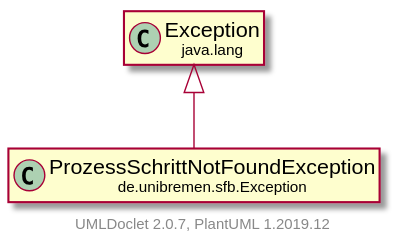
Before: doc/UML/modulsichtSVG/ProzessSchrittNotFoundException.svg, a diagram exported from PlantUML (fkehlenb/softwareprojekt-2). Source of this version:
```plantuml
@startuml
    set namespaceSeparator none
    hide empty fields
    hide empty methods

    class "<size:14>ProzessSchrittNotFoundException\n<size:10>de.unibremen.sfb.Exception" as de.unibremen.sfb.Exception.ProzessSchrittNotFoundException [[ProzessSchrittNotFoundException.html]]

    class "<size:14>Exception\n<size:10>java.lang" as java.lang.Exception [[https://docs.oracle.com/en/java/javase/11/docs/api/java.base/java/lang/Exception.html?is-external=true]]

    java.lang.Exception <|-- de.unibremen.sfb.Exception.ProzessSchrittNotFoundException

    center footer UMLDoclet 2.0.7, PlantUML 1.2019.12
@enduml
```
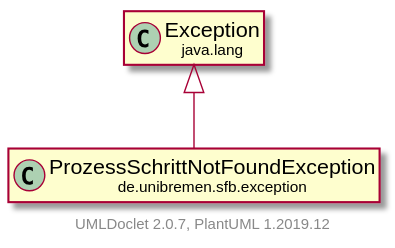
After the change.

The edit, as a diff of the source:
```diff
@@ -3,11 +3,11 @@
     hide empty fields
     hide empty methods
 
-    class "<size:14>ProzessSchrittNotFoundException\n<size:10>de.unibremen.sfb.Exception" as de.unibremen.sfb.Exception.ProzessSchrittNotFoundException [[ProzessSchrittNotFoundException.html]]
+    class "<size:14>ProzessSchrittNotFoundException\n<size:10>de.unibremen.sfb.exception" as de.unibremen.sfb.exception.ProzessSchrittNotFoundException [[ProzessSchrittNotFoundException.html]]
 
-    class "<size:14>Exception\n<size:10>java.lang" as java.lang.Exception [[https://docs.oracle.com/en/java/javase/11/docs/api/java.base/java/lang/Exception.html?is-external=true]]
+    class "<size:14>exception\n<size:10>java.lang" as java.lang.exception [[https://docs.oracle.com/en/java/javase/11/docs/api/java.base/java/lang/Exception.html?is-external=true]]
 
-    java.lang.Exception <|-- de.unibremen.sfb.Exception.ProzessSchrittNotFoundException
+    java.lang.exception <|-- de.unibremen.sfb.exception.ProzessSchrittNotFoundException
 
     center footer UMLDoclet 2.0.7, PlantUML 1.2019.12
 @enduml
```
